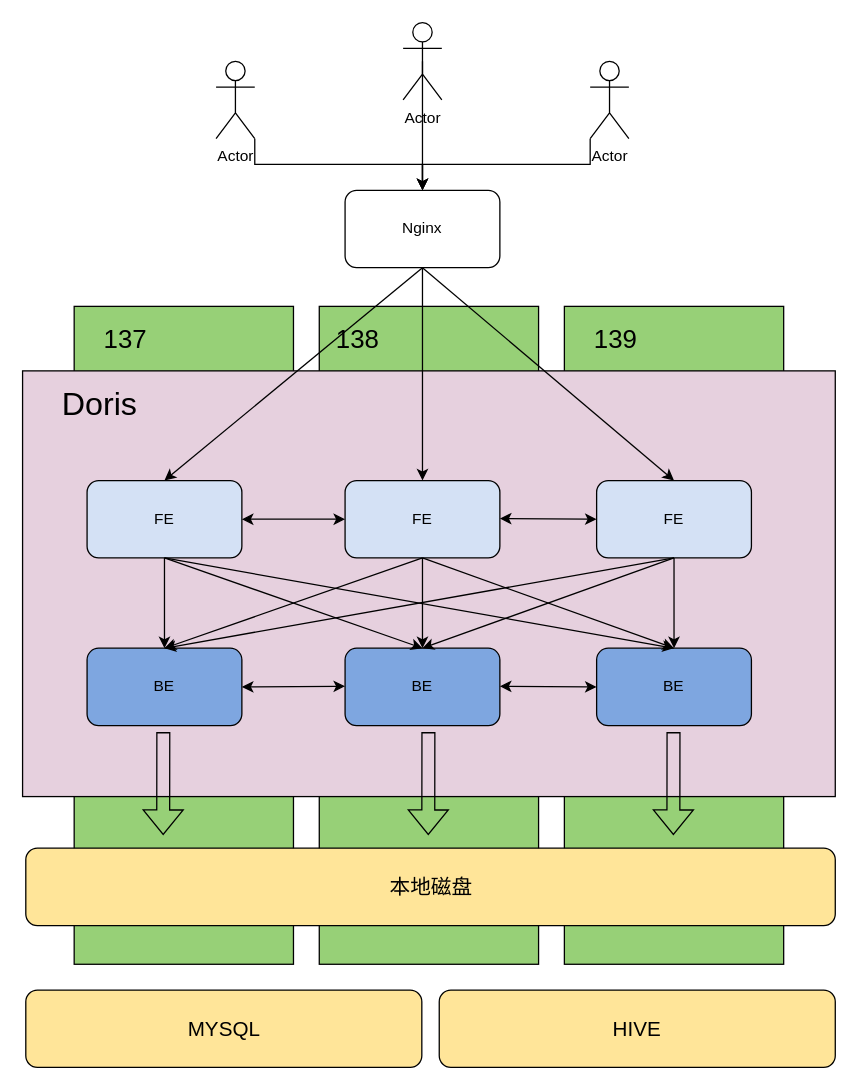
Earlier version of the draw.io diagram Doris部署方案-现状.drawio (shaozc3g/draw_io). Source tidied: cells renumbered, new cells numbered last; positions are measured from the earlier drawing's top-left corner, leaving out a move shared by most shapes. Both pictures are drawn from the tidied source at 129%, with x=0, y=0 at pixel (22, 22).
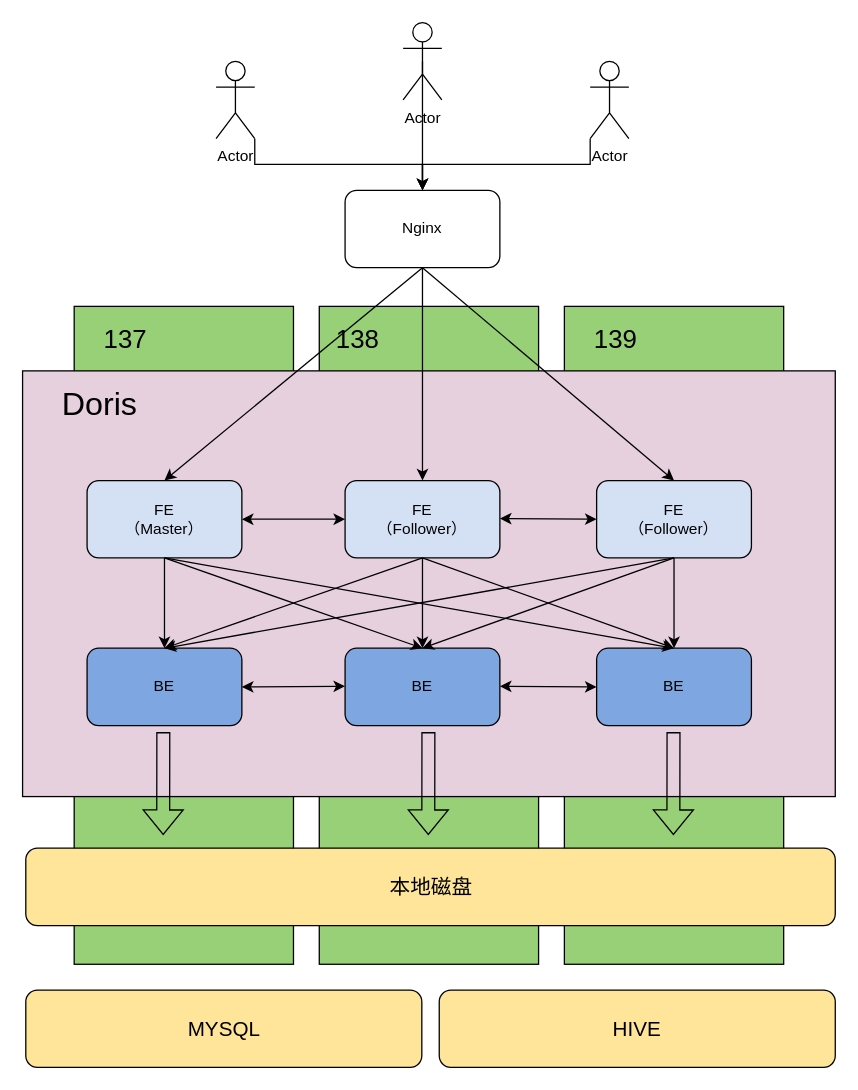
The same diagram, later.

Commit message:
更新Doris部署方案-现状.drawio

Change to the diagram source:
```diff
@@
-    <mxCell id="13" value="FE" style="rounded=1;whiteSpace=wrap;html=1;fillColor=#D4E1F5;" parent="1" vertex="1">
+    <mxCell id="13" value="FE&lt;div&gt;（Master）&lt;/div&gt;" style="rounded=1;whiteSpace=wrap;html=1;fillColor=#D4E1F5;" parent="1" vertex="1">
       <mxGeometry x="50" y="355" width="120" height="60" as="geometry" />
     </mxCell>
-    <mxCell id="14" value="FE" style="rounded=1;whiteSpace=wrap;html=1;fillColor=#D4E1F5;" parent="1" vertex="1">
+    <mxCell id="14" value="FE&lt;div&gt;（Follower）&lt;/div&gt;" style="rounded=1;whiteSpace=wrap;html=1;fillColor=#D4E1F5;" parent="1" vertex="1">
       <mxGeometry x="250" y="355" width="120" height="60" as="geometry" />
     </mxCell>
-    <mxCell id="15" value="FE" style="rounded=1;whiteSpace=wrap;html=1;fillColor=#D4E1F5;" parent="1" vertex="1">
+    <mxCell id="15" value="FE&lt;div&gt;（Follower）&lt;/div&gt;" style="rounded=1;whiteSpace=wrap;html=1;fillColor=#D4E1F5;" parent="1" vertex="1">
       <mxGeometry x="445" y="355" width="120" height="60" as="geometry" />
     </mxCell>
```
